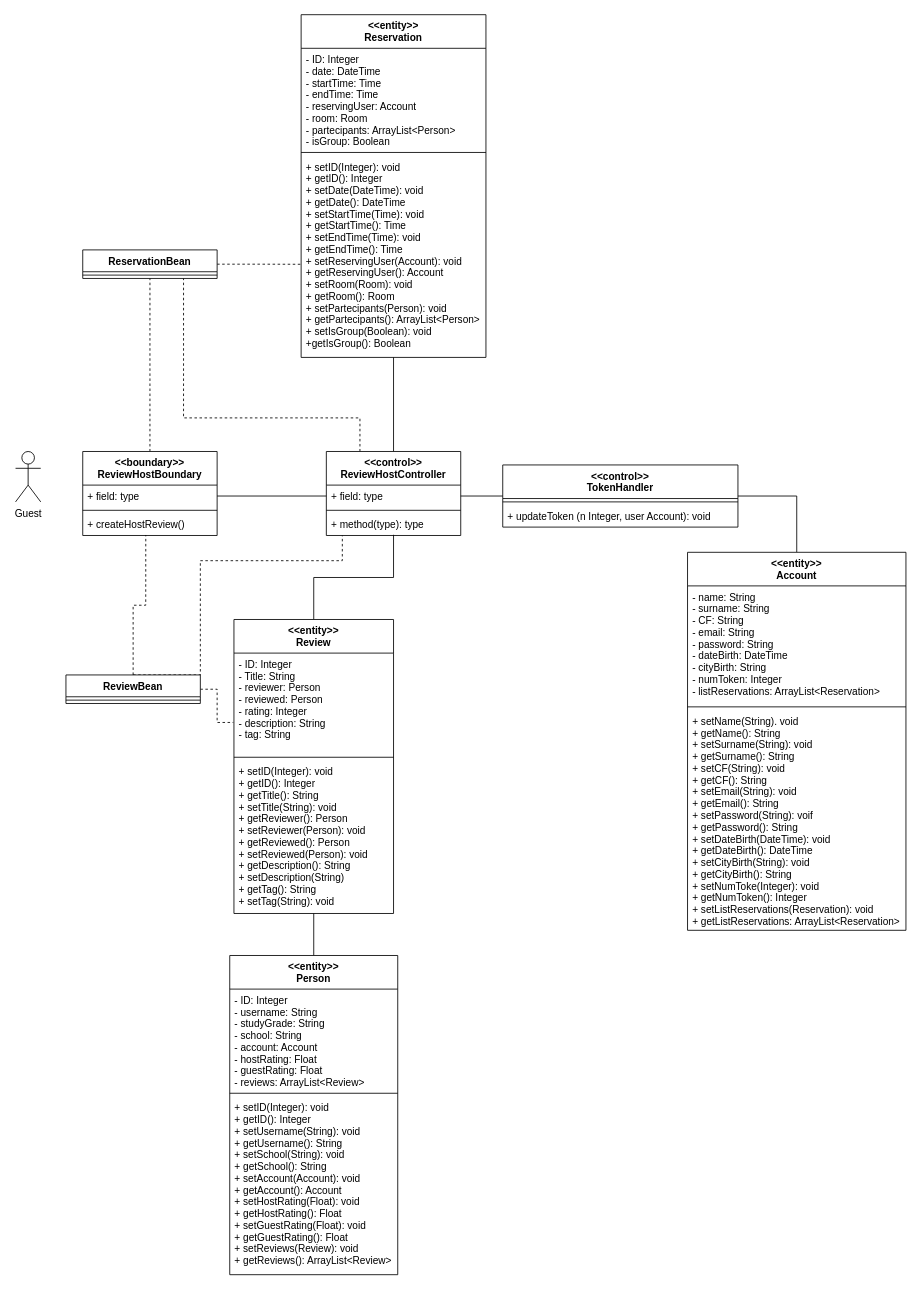
Above: Deliverables/VoPC/VoPC ReviewHost.drawio in nic-agos/DoveStudi (draw.io), before the change. Source tidied: cells renumbered, new cells numbered last; positions are measured from the earlier drawing's top-left corner, leaving out a move shared by most shapes. Both pictures are drawn from the tidied source at 84%, with x=0, y=0 at pixel (15, 14).
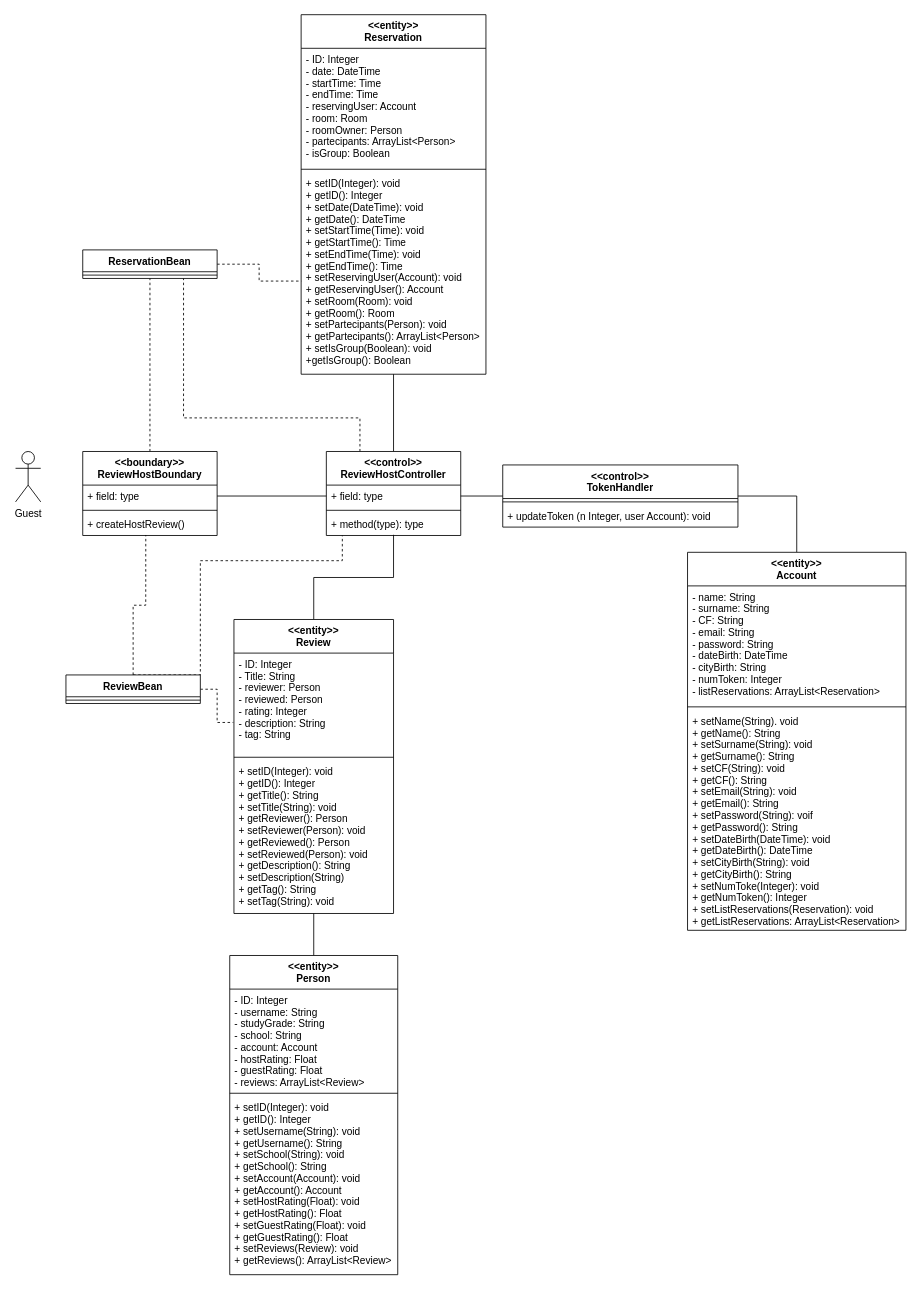
After the change.

Commit message:
added room owner

Diff of the diagram source:
```diff
@@
     <mxCell id="39" value="&lt;&lt;entity&gt;&gt;&#10;Reservation" style="swimlane;fontStyle=1;align=center;verticalAlign=top;horizontal=1;startSize=40;" parent="1" vertex="1">
-      <mxGeometry x="340" width="220" height="408" as="geometry" />
+      <mxGeometry x="340" width="220" height="428" as="geometry" />
     </mxCell>
-    <mxCell id="40" value="- ID: Integer&#10;- date: DateTime&#10;- startTime: Time&#10;- endTime: Time&#10;- reservingUser: Account&#10;- room: Room&#10;- partecipants: ArrayList&lt;Person&gt;&#10;- isGroup: Boolean" style="text;strokeColor=none;fillColor=none;align=left;verticalAlign=top;spacingLeft=4;spacingRight=4;overflow=hidden;" parent="39" vertex="1">
-      <mxGeometry y="40" width="220" height="120" as="geometry" />
+    <mxCell id="40" value="- ID: Integer&#10;- date: DateTime&#10;- startTime: Time&#10;- endTime: Time&#10;- reservingUser: Account&#10;- room: Room&#10;- roomOwner: Person&#10;- partecipants: ArrayList&lt;Person&gt;&#10;- isGroup: Boolean" style="text;strokeColor=none;fillColor=none;align=left;verticalAlign=top;spacingLeft=4;spacingRight=4;overflow=hidden;" parent="39" vertex="1">
+      <mxGeometry y="40" width="220" height="140" as="geometry" />
     </mxCell>
     <mxCell id="41" style="line;strokeWidth=1;fillColor=none;align=left;verticalAlign=middle;spacingTop=-1;spacingLeft=3;spacingRight=3;labelPosition=right;" parent="39" vertex="1">
-      <mxGeometry y="160" width="220" height="8" as="geometry" />
+      <mxGeometry y="180" width="220" height="8" as="geometry" />
     </mxCell>
     <mxCell id="42" value="+ setID(Integer): void &#10;+ getID(): Integer&#10;+ setDate(DateTime): void&#10;+ getDate(): DateTime&#10;+ setStartTime(Time): void&#10;+ getStartTime(): Time&#10;+ setEndTime(Time): void&#10;+ getEndTime(): Time&#10;+ setReservingUser(Account): void&#10;+ getReservingUser(): Account&#10;+ setRoom(Room): void&#10;+ getRoom(): Room&#10;+ setPartecipants(Person): void&#10;+ getPartecipants(): ArrayList&lt;Person&gt;&#10;+ setIsGroup(Boolean): void&#10;+getIsGroup(): Boolean" style="text;strokeColor=none;fillColor=none;align=left;verticalAlign=top;spacingLeft=4;spacingRight=4;overflow=hidden;points=[[0,0.5],[1,0.5]];portConstraint=eastwest;" parent="39" vertex="1">
-      <mxGeometry y="168" width="220" height="240" as="geometry" />
+      <mxGeometry y="188" width="220" height="240" as="geometry" />
     </mxCell>
```
